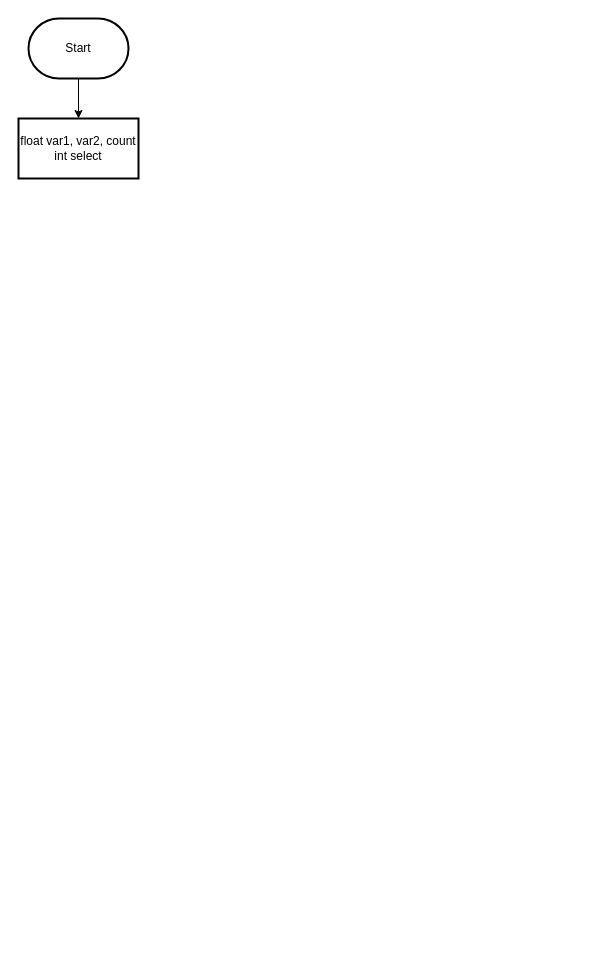
naufaliksham/naufal_iksham-kalkulator keeps this draw.io diagram as flowchart-be2621465.drawio. Above is the earlier version. Source tidied: cells renumbered, new cells numbered last; positions are measured from the earlier drawing's top-left corner, leaving out a move shared by most shapes. Both pictures are drawn from the tidied source at 100%, with x=0, y=0 at pixel (18, 18).
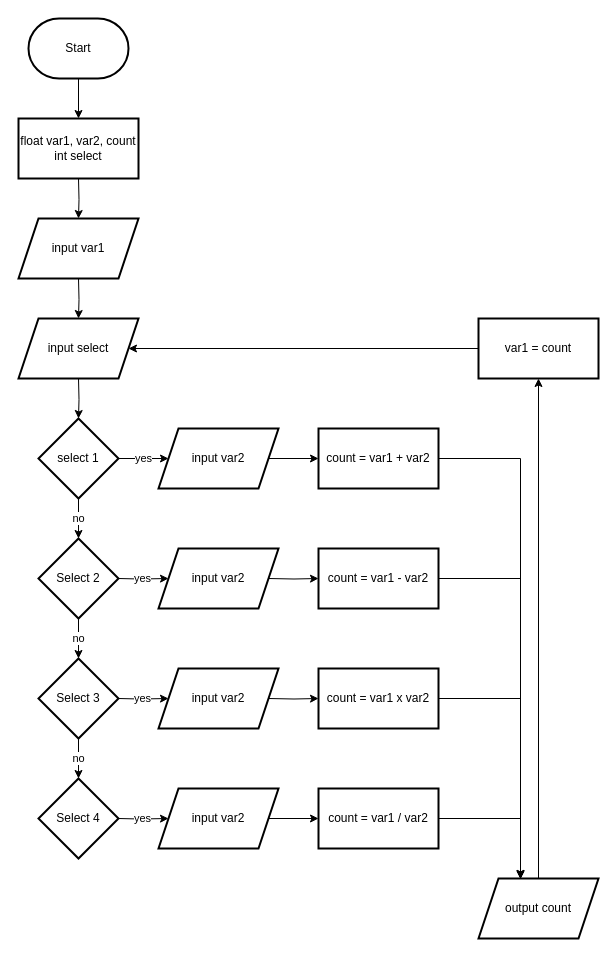
After the change.

Commit message:
Flowchart, menginputkan var1 kemudiam melakukan looping berisi pengkondisian dan output

What changed in the source:
```diff
@@
+    <mxCell id="5" style="edgeStyle=orthogonalEdgeStyle;rounded=0;jettySize=auto;html=1;" parent="1" edge="1" target="7">
+      <mxGeometry relative="1" as="geometry">
+        <mxPoint x="60" y="160" as="sourcePoint" />
+      </mxGeometry>
+    </mxCell>
+    <mxCell id="6" style="edgeStyle=orthogonalEdgeStyle;rounded=0;jettySize=auto;html=1;" parent="1" edge="1" target="10">
+      <mxGeometry relative="1" as="geometry">
+        <mxPoint x="60" y="360" as="sourcePoint" />
+      </mxGeometry>
+    </mxCell>
+    <mxCell id="7" value="&lt;div&gt;input var1&lt;br&gt;&lt;/div&gt;" style="shape=parallelogram;perimeter=parallelogramPerimeter;whiteSpace=wrap;html=1;fixedSize=1;strokeWidth=2;" parent="1" vertex="1">
+      <mxGeometry y="200" width="120" height="60" as="geometry" />
+    </mxCell>
+    <mxCell id="8" value="no" style="edgeStyle=orthogonalEdgeStyle;rounded=0;jettySize=auto;html=1;" parent="1" edge="1" source="10" target="12">
+      <mxGeometry relative="1" as="geometry" />
+    </mxCell>
+    <mxCell id="9" value="yes" style="edgeStyle=orthogonalEdgeStyle;rounded=0;jettySize=auto;html=1;" parent="1" edge="1" source="10" target="17">
+      <mxGeometry relative="1" as="geometry" />
+    </mxCell>
+    <mxCell id="10" value="select 1" style="rhombus;whiteSpace=wrap;html=1;strokeWidth=2;" parent="1" vertex="1">
+      <mxGeometry x="20" y="400" width="80" height="80" as="geometry" />
+    </mxCell>
+    <mxCell id="11" value="no" style="edgeStyle=orthogonalEdgeStyle;rounded=0;jettySize=auto;html=1;" parent="1" edge="1" source="12" target="14">
+      <mxGeometry relative="1" as="geometry" />
+    </mxCell>
+    <mxCell id="12" value="Select 2" style="rhombus;whiteSpace=wrap;html=1;strokeWidth=2;" parent="1" vertex="1">
+      <mxGeometry x="20" y="520" width="80" height="80" as="geometry" />
+    </mxCell>
+    <mxCell id="13" value="no" style="edgeStyle=orthogonalEdgeStyle;rounded=0;jettySize=auto;html=1;" parent="1" edge="1" source="14" target="15">
+      <mxGeometry relative="1" as="geometry" />
+    </mxCell>
+    <mxCell id="14" value="Select 3" style="rhombus;whiteSpace=wrap;html=1;strokeWidth=2;" parent="1" vertex="1">
+      <mxGeometry x="20" y="640" width="80" height="80" as="geometry" />
+    </mxCell>
+    <mxCell id="15" value="Select 4" style="rhombus;whiteSpace=wrap;html=1;strokeWidth=2;" parent="1" vertex="1">
+      <mxGeometry x="20" y="760" width="80" height="80" as="geometry" />
+    </mxCell>
+    <mxCell id="16" style="edgeStyle=orthogonalEdgeStyle;rounded=0;jettySize=auto;html=1;" parent="1" edge="1" source="17" target="25">
+      <mxGeometry relative="1" as="geometry" />
+    </mxCell>
+    <mxCell id="17" value="input var2" style="shape=parallelogram;perimeter=parallelogramPerimeter;whiteSpace=wrap;html=1;fixedSize=1;strokeWidth=2;" parent="1" vertex="1">
+      <mxGeometry x="140" y="410" width="120" height="60" as="geometry" />
+    </mxCell>
+    <mxCell id="18" value="yes" style="edgeStyle=orthogonalEdgeStyle;rounded=0;jettySize=auto;html=1;" parent="1" edge="1" target="19">
+      <mxGeometry relative="1" as="geometry">
+        <mxPoint x="100" y="560" as="sourcePoint" />
+      </mxGeometry>
+    </mxCell>
+    <mxCell id="19" value="input var2" style="shape=parallelogram;perimeter=parallelogramPerimeter;whiteSpace=wrap;html=1;fixedSize=1;strokeWidth=2;" parent="1" vertex="1">
+      <mxGeometry x="140" y="530" width="120" height="60" as="geometry" />
+    </mxCell>
+    <mxCell id="20" value="yes" style="edgeStyle=orthogonalEdgeStyle;rounded=0;jettySize=auto;html=1;" parent="1" edge="1" target="21">
+      <mxGeometry relative="1" as="geometry">
+        <mxPoint x="100" y="680" as="sourcePoint" />
+      </mxGeometry>
+    </mxCell>
+    <mxCell id="21" value="input var2" style="shape=parallelogram;perimeter=parallelogramPerimeter;whiteSpace=wrap;html=1;fixedSize=1;strokeWidth=2;" parent="1" vertex="1">
+      <mxGeometry x="140" y="650" width="120" height="60" as="geometry" />
+    </mxCell>
+    <mxCell id="22" value="yes" style="edgeStyle=orthogonalEdgeStyle;rounded=0;jettySize=auto;html=1;" parent="1" edge="1" target="23">
+      <mxGeometry relative="1" as="geometry">
+        <mxPoint x="100" y="800" as="sourcePoint" />
+      </mxGeometry>
+    </mxCell>
+    <mxCell id="23" value="input var2" style="shape=parallelogram;perimeter=parallelogramPerimeter;whiteSpace=wrap;html=1;fixedSize=1;strokeWidth=2;" parent="1" vertex="1">
+      <mxGeometry x="140" y="770" width="120" height="60" as="geometry" />
+    </mxCell>
+    <mxCell id="24" style="edgeStyle=orthogonalEdgeStyle;rounded=0;jettySize=auto;html=1;entryX=0.35;entryY=-0.003;entryDx=0;entryDy=0;entryPerimeter=0;" parent="1" edge="1" source="25" target="38">
+      <mxGeometry relative="1" as="geometry" />
+    </mxCell>
+    <mxCell id="25" value="count = var1 + var2" style="whiteSpace=wrap;html=1;strokeWidth=2;" parent="1" vertex="1">
+      <mxGeometry x="300" y="410" width="120" height="60" as="geometry" />
+    </mxCell>
+    <mxCell id="26" style="edgeStyle=orthogonalEdgeStyle;rounded=0;jettySize=auto;html=1;" parent="1" edge="1" target="28">
+      <mxGeometry relative="1" as="geometry">
+        <mxPoint x="250" y="560" as="sourcePoint" />
+      </mxGeometry>
+    </mxCell>
+    <mxCell id="27" style="edgeStyle=orthogonalEdgeStyle;rounded=0;jettySize=auto;html=1;entryX=0.35;entryY=0.005;entryDx=0;entryDy=0;entryPerimeter=0;" parent="1" edge="1" source="28" target="38">
+      <mxGeometry relative="1" as="geometry" />
+    </mxCell>
+    <mxCell id="28" value="count = var1 - var2" style="whiteSpace=wrap;html=1;strokeWidth=2;" parent="1" vertex="1">
+      <mxGeometry x="300" y="530" width="120" height="60" as="geometry" />
+    </mxCell>
+    <mxCell id="29" style="edgeStyle=orthogonalEdgeStyle;rounded=0;jettySize=auto;html=1;" parent="1" edge="1" target="31">
+      <mxGeometry relative="1" as="geometry">
+        <mxPoint x="250" y="680" as="sourcePoint" />
+      </mxGeometry>
+    </mxCell>
+    <mxCell id="30" style="edgeStyle=orthogonalEdgeStyle;rounded=0;jettySize=auto;html=1;entryX=0.35;entryY=0.002;entryDx=0;entryDy=0;entryPerimeter=0;" parent="1" edge="1" source="31" target="38">
+      <mxGeometry relative="1" as="geometry" />
+    </mxCell>
+    <mxCell id="31" value="count = var1 x var2" style="whiteSpace=wrap;html=1;strokeWidth=2;" parent="1" vertex="1">
+      <mxGeometry x="300" y="650" width="120" height="60" as="geometry" />
+    </mxCell>
+    <mxCell id="32" style="edgeStyle=orthogonalEdgeStyle;rounded=0;jettySize=auto;html=1;exitX=1;exitY=0.5;exitDx=0;exitDy=0;" parent="1" edge="1" source="23" target="34">
+      <mxGeometry relative="1" as="geometry" />
+    </mxCell>
+    <mxCell id="33" style="edgeStyle=orthogonalEdgeStyle;rounded=0;jettySize=auto;html=1;entryX=0.35;entryY=0.011;entryDx=0;entryDy=0;entryPerimeter=0;" parent="1" edge="1" source="34" target="38">
+      <mxGeometry relative="1" as="geometry" />
+    </mxCell>
+    <mxCell id="34" value="count = var1 / var2" style="whiteSpace=wrap;html=1;strokeWidth=2;" parent="1" vertex="1">
+      <mxGeometry x="300" y="770" width="120" height="60" as="geometry" />
+    </mxCell>
+    <mxCell id="35" style="edgeStyle=orthogonalEdgeStyle;rounded=0;jettySize=auto;html=1;" parent="1" edge="1" target="36">
+      <mxGeometry relative="1" as="geometry">
+        <mxPoint x="60" y="260" as="sourcePoint" />
+      </mxGeometry>
+    </mxCell>
+    <mxCell id="36" value="&lt;div&gt;input select&lt;/div&gt;" style="shape=parallelogram;perimeter=parallelogramPerimeter;whiteSpace=wrap;html=1;fixedSize=1;strokeWidth=2;" parent="1" vertex="1">
+      <mxGeometry y="300" width="120" height="60" as="geometry" />
+    </mxCell>
+    <mxCell id="37" style="edgeStyle=orthogonalEdgeStyle;rounded=0;jettySize=auto;html=1;" parent="1" edge="1" source="38" target="40">
+      <mxGeometry relative="1" as="geometry" />
+    </mxCell>
+    <mxCell id="38" value="output count" style="shape=parallelogram;perimeter=parallelogramPerimeter;whiteSpace=wrap;html=1;fixedSize=1;strokeWidth=2;" parent="1" vertex="1">
+      <mxGeometry x="460" y="860" width="120" height="60" as="geometry" />
+    </mxCell>
+    <mxCell id="39" style="edgeStyle=orthogonalEdgeStyle;rounded=0;jettySize=auto;html=1;entryX=1;entryY=0.5;entryDx=0;entryDy=0;" parent="1" edge="1" source="40" target="36">
+      <mxGeometry relative="1" as="geometry" />
+    </mxCell>
+    <mxCell id="40" value="var1 = count" style="whiteSpace=wrap;html=1;strokeWidth=2;" parent="1" vertex="1">
+      <mxGeometry x="460" y="300" width="120" height="60" as="geometry" />
+    </mxCell>
```
